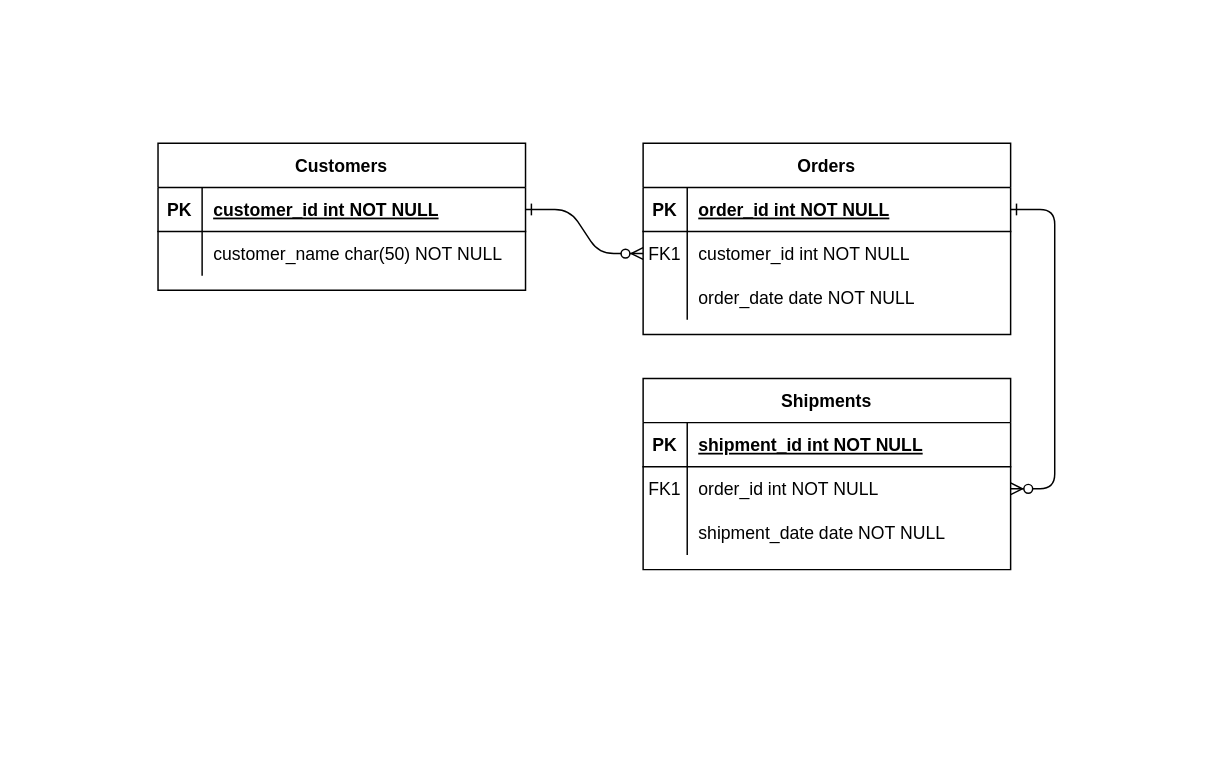
Earlier version of the draw.io diagram ait524-m2.1-2.drawio (yarafatin/app.diagrams). Source tidied: cells renumbered, new cells numbered last; positions are measured from the earlier drawing's top-left corner, leaving out a move shared by most shapes. Both pictures are drawn from the tidied source at 147%, with x=0, y=0 at pixel (157, 143).
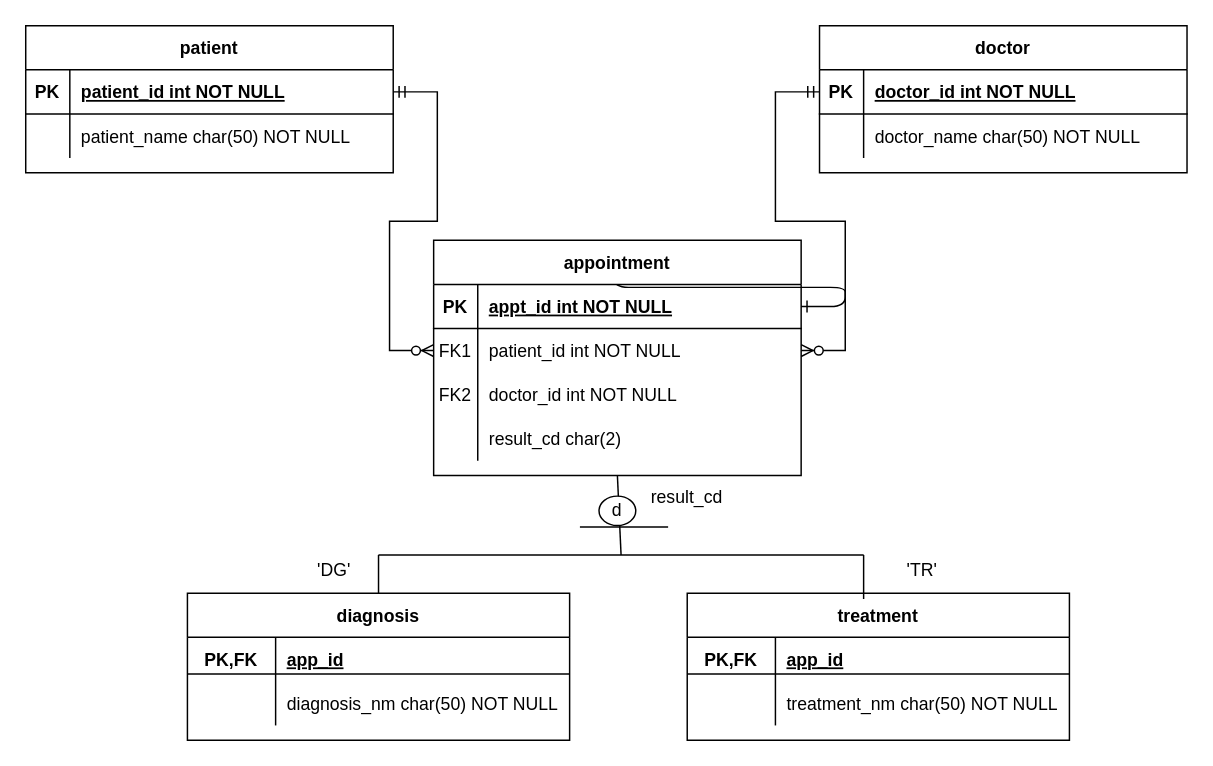
The same diagram, later.

Unchanged cells that the change refers to:
```xml
<mxCell id="5" style="shape=partialRectangle;fillColor=none;points=[[0,0.5],[1,0.5]];portConstraint=eastwest;top=0;left=0;right=0;bottom=1;" parent="4" vertex="1">
  <mxGeometry y="30" width="250" height="30" as="geometry" />
</mxCell>
<mxCell id="8" style="shape=partialRectangle;fillColor=none;points=[[0,0.5],[1,0.5]];portConstraint=eastwest;top=0;left=0;right=0;bottom=0;" parent="4" vertex="1">
  <mxGeometry y="60" width="250" height="30" as="geometry" />
</mxCell>
<mxCell id="11" style="shape=partialRectangle;fillColor=none;top=0;left=0;right=0;bottom=0;" parent="4" vertex="1">
  <mxGeometry y="90" width="250" height="30" as="geometry" />
</mxCell>
<mxCell id="15" style="shape=partialRectangle;fillColor=none;points=[[0,0.5],[1,0.5]];portConstraint=eastwest;top=0;left=0;right=0;bottom=1;" parent="14" vertex="1">
  <mxGeometry y="30" width="250" height="30" as="geometry" />
</mxCell>
<mxCell id="25" style="shape=partialRectangle;fillColor=none;points=[[0,0.5],[1,0.5]];portConstraint=eastwest;top=0;left=0;right=0;bottom=1;" parent="24" vertex="1">
  <mxGeometry y="30" width="250" height="30" as="geometry" />
</mxCell>
<mxCell id="28" style="shape=partialRectangle;fillColor=none;top=0;left=0;right=0;bottom=0;" parent="24" vertex="1">
  <mxGeometry y="60" width="250" height="30" as="geometry" />
</mxCell>
```

Change to the diagram source:
```diff
@@
-    <mxCell id="2" style="edgeStyle=entityRelationEdgeStyle;endArrow=ERzeroToMany;startArrow=ERone;endFill=1;startFill=0;" parent="1" edge="1" source="25" target="8">
-      <mxGeometry relative="1" as="geometry" />
-    </mxCell>
+    <mxCell id="31" style="endArrow=none;html=1;rounded=0;entryX=0.5;entryY=1;entryDx=0;entryDy=0;" parent="1" edge="1" target="4">
+      <mxGeometry relative="1" as="geometry">
+        <mxPoint x="315" y="280" as="sourcePoint" />
+      </mxGeometry>
+    </mxCell>
-    <mxCell id="3" style="edgeStyle=entityRelationEdgeStyle;endArrow=ERzeroToMany;startArrow=ERone;endFill=1;startFill=0;" parent="1" edge="1" source="5" target="18">
-      <mxGeometry relative="1" as="geometry" />
+    <mxCell id="3" style="edgeStyle=entityRelationEdgeStyle;endArrow=ERzeroToMany;startArrow=ERone;endFill=1;startFill=0;" parent="1" edge="1" source="5">
+      <mxGeometry relative="1" as="geometry">
+        <mxPoint x="340" y="85" as="targetPoint" />
+      </mxGeometry>
     </mxCell>
-    <mxCell id="4" value="Orders" style="shape=table;startSize=30;childLayout=tableLayout;rowLines=0;fontStyle=1;align=center;" parent="1" vertex="1">
-      <mxGeometry x="330" width="250" height="130" as="geometry" />
+    <mxCell id="4" value="appointment" style="shape=table;startSize=30;childLayout=tableLayout;rowLines=0;fontStyle=1;align=center;" parent="1" vertex="1">
+      <mxGeometry x="187.5" y="66" width="250" height="160" as="geometry" />
     </mxCell>
@@
-    <mxCell id="7" value="order_id int NOT NULL " style="shape=partialRectangle;overflow=hidden;fillColor=none;top=0;left=0;bottom=0;right=0;align=left;spacingLeft=6;fontStyle=5;" parent="5" vertex="1">
+    <mxCell id="7" value="appt_id int NOT NULL " style="shape=partialRectangle;overflow=hidden;fillColor=none;top=0;left=0;bottom=0;right=0;align=left;spacingLeft=6;fontStyle=5;" parent="5" vertex="1">
       <mxGeometry x="30" width="220" height="30" as="geometry" />
     </mxCell>
@@
-    <mxCell id="10" value="customer_id int NOT NULL" style="shape=partialRectangle;overflow=hidden;fillColor=none;top=0;left=0;bottom=0;right=0;align=left;spacingLeft=6;" parent="8" vertex="1">
+    <mxCell id="10" value="patient_id int NOT NULL" style="shape=partialRectangle;overflow=hidden;fillColor=none;top=0;left=0;bottom=0;right=0;align=left;spacingLeft=6;" parent="8" vertex="1">
       <mxGeometry x="30" width="220" height="30" as="geometry" />
     </mxCell>
@@
-    <mxCell id="12" style="shape=partialRectangle;overflow=hidden;fillColor=none;top=0;left=0;bottom=0;right=0;" parent="11" vertex="1">
+    <mxCell id="12" value="FK2" style="shape=partialRectangle;overflow=hidden;fillColor=none;top=0;left=0;bottom=0;right=0;" parent="11" vertex="1">
       <mxGeometry width="30" height="30" as="geometry" />
     </mxCell>
-    <mxCell id="13" value="order_date date NOT NULL" style="shape=partialRectangle;overflow=hidden;fillColor=none;top=0;left=0;bottom=0;right=0;align=left;spacingLeft=6;" parent="11" vertex="1">
+    <mxCell id="13" value="doctor_id int NOT NULL" style="shape=partialRectangle;overflow=hidden;fillColor=none;top=0;left=0;bottom=0;right=0;align=left;spacingLeft=6;" parent="11" vertex="1">
       <mxGeometry x="30" width="220" height="30" as="geometry" />
     </mxCell>
+    <mxCell id="32" style="shape=partialRectangle;fillColor=none;top=0;left=0;right=0;bottom=0;" parent="4" vertex="1">
+      <mxGeometry y="120" width="250" height="30" as="geometry" />
+    </mxCell>
+    <mxCell id="33" style="shape=partialRectangle;overflow=hidden;fillColor=none;top=0;left=0;bottom=0;right=0;" parent="32" vertex="1">
+      <mxGeometry width="30" height="30" as="geometry" />
+    </mxCell>
+    <mxCell id="34" value="result_cd char(2) " style="shape=partialRectangle;overflow=hidden;fillColor=none;top=0;left=0;bottom=0;right=0;align=left;spacingLeft=6;" parent="32" vertex="1">
+      <mxGeometry x="30" width="220" height="30" as="geometry" />
+    </mxCell>
-    <mxCell id="14" value="Shipments" style="shape=table;startSize=30;childLayout=tableLayout;rowLines=0;fontStyle=1;align=center;" parent="1" vertex="1">
-      <mxGeometry x="330" y="160" width="250" height="130" as="geometry" />
+    <mxCell id="14" value="doctor" style="shape=table;startSize=30;childLayout=tableLayout;rowLines=0;fontStyle=1;align=center;" parent="1" vertex="1">
+      <mxGeometry x="450" y="-80" width="250" height="100" as="geometry" />
     </mxCell>
@@
-    <mxCell id="17" value="shipment_id int NOT NULL " style="shape=partialRectangle;overflow=hidden;fillColor=none;top=0;left=0;bottom=0;right=0;align=left;spacingLeft=6;fontStyle=5;" parent="15" vertex="1">
+    <mxCell id="17" value="doctor_id int NOT NULL " style="shape=partialRectangle;overflow=hidden;fillColor=none;top=0;left=0;bottom=0;right=0;align=left;spacingLeft=6;fontStyle=5;" parent="15" vertex="1">
       <mxGeometry x="30" width="220" height="30" as="geometry" />
     </mxCell>
-    <mxCell id="18" style="shape=partialRectangle;fillColor=none;points=[[0,0.5],[1,0.5]];portConstraint=eastwest;top=0;left=0;right=0;bottom=0;" parent="14" vertex="1">
-      <mxGeometry y="60" width="250" height="30" as="geometry" />
-    </mxCell>
-    <mxCell id="19" value="FK1" style="shape=partialRectangle;overflow=hidden;fillColor=none;top=0;left=0;bottom=0;right=0;" parent="18" vertex="1">
-      <mxGeometry width="30" height="30" as="geometry" />
-    </mxCell>
-    <mxCell id="20" value="order_id int NOT NULL" style="shape=partialRectangle;overflow=hidden;fillColor=none;top=0;left=0;bottom=0;right=0;align=left;spacingLeft=6;" parent="18" vertex="1">
-      <mxGeometry x="30" width="220" height="30" as="geometry" />
-    </mxCell>
     <mxCell id="21" style="shape=partialRectangle;fillColor=none;top=0;left=0;right=0;bottom=0;" parent="14" vertex="1">
-      <mxGeometry y="90" width="250" height="30" as="geometry" />
+      <mxGeometry y="60" width="250" height="30" as="geometry" />
     </mxCell>
@@
-    <mxCell id="23" value="shipment_date date NOT NULL" style="shape=partialRectangle;overflow=hidden;fillColor=none;top=0;left=0;bottom=0;right=0;align=left;spacingLeft=6;" parent="21" vertex="1">
+    <mxCell id="23" value="doctor_name char(50) NOT NULL" style="shape=partialRectangle;overflow=hidden;fillColor=none;top=0;left=0;bottom=0;right=0;align=left;spacingLeft=6;" parent="21" vertex="1">
       <mxGeometry x="30" width="220" height="30" as="geometry" />
     </mxCell>
-    <mxCell id="24" value="Customers" style="shape=table;startSize=30;childLayout=tableLayout;rowLines=0;fontStyle=1;align=center;" parent="1" vertex="1">
-      <mxGeometry width="250" height="100" as="geometry" />
+    <mxCell id="24" value="patient" style="shape=table;startSize=30;childLayout=tableLayout;rowLines=0;fontStyle=1;align=center;" parent="1" vertex="1">
+      <mxGeometry x="-90" y="-80" width="250" height="100" as="geometry" />
     </mxCell>
@@
-    <mxCell id="27" value="customer_id int NOT NULL " style="shape=partialRectangle;overflow=hidden;fillColor=none;top=0;left=0;bottom=0;right=0;align=left;spacingLeft=6;fontStyle=5;" parent="25" vertex="1">
+    <mxCell id="27" value="patient_id int NOT NULL " style="shape=partialRectangle;overflow=hidden;fillColor=none;top=0;left=0;bottom=0;right=0;align=left;spacingLeft=6;fontStyle=5;" parent="25" vertex="1">
       <mxGeometry x="30" width="220" height="30" as="geometry" />
     </mxCell>
@@
-    <mxCell id="30" value="customer_name char(50) NOT NULL" style="shape=partialRectangle;overflow=hidden;fillColor=none;top=0;left=0;bottom=0;right=0;align=left;spacingLeft=6;" parent="28" vertex="1">
+    <mxCell id="30" value="patient_name char(50) NOT NULL" style="shape=partialRectangle;overflow=hidden;fillColor=none;top=0;left=0;bottom=0;right=0;align=left;spacingLeft=6;" parent="28" vertex="1">
       <mxGeometry x="30" width="220" height="30" as="geometry" />
     </mxCell>
+    <mxCell id="35" value="diagnosis" style="shape=table;startSize=30;childLayout=tableLayout;rowLines=0;fontStyle=1;align=center;" parent="1" vertex="1">
+      <mxGeometry x="20" y="306" width="260" height="100" as="geometry" />
+    </mxCell>
+    <mxCell id="36" style="shape=tableRow;horizontal=0;startSize=0;swimlaneHead=0;swimlaneBody=0;fillColor=none;top=0;left=0;right=0;bottom=0;" parent="35" vertex="1">
+      <mxGeometry y="30" width="260" height="30" as="geometry" />
+    </mxCell>
+    <mxCell id="37" value="PK,FK" style="shape=partialRectangle;fillColor=none;top=0;left=0;bottom=0;right=0;fontStyle=1;overflow=hidden;" parent="36" vertex="1">
+      <mxGeometry width="60" height="30" as="geometry" />
+    </mxCell>
+    <mxCell id="38" value="app_id" style="shape=partialRectangle;fillColor=none;top=0;left=0;bottom=0;right=0;align=left;spacingLeft=6;fontStyle=5;overflow=hidden;" parent="36" vertex="1">
+      <mxGeometry x="60" width="200" height="30" as="geometry" />
+    </mxCell>
+    <mxCell id="39" style="shape=tableRow;horizontal=0;startSize=0;swimlaneHead=0;swimlaneBody=0;fillColor=none;top=0;left=0;right=0;bottom=0;" parent="35" vertex="1">
+      <mxGeometry y="60" width="260" height="30" as="geometry" />
+    </mxCell>
+    <mxCell id="40" style="shape=partialRectangle;fillColor=none;top=0;left=0;bottom=0;right=0;overflow=hidden;" parent="39" vertex="1">
+      <mxGeometry width="60" height="30" as="geometry" />
+    </mxCell>
+    <mxCell id="41" value="diagnosis_nm char(50) NOT NULL" style="shape=partialRectangle;fillColor=none;top=0;left=0;bottom=0;right=0;align=left;spacingLeft=6;overflow=hidden;" parent="39" vertex="1">
+      <mxGeometry x="60" width="200" height="30" as="geometry" />
+    </mxCell>
+    <mxCell id="42" style="line;strokeWidth=1;dashed=0;labelPosition=right;align=left;verticalAlign=middle;spacingTop=0;spacingLeft=6;" parent="1" vertex="1">
+      <mxGeometry x="20" y="356" width="260" height="10" as="geometry" />
+    </mxCell>
+    <mxCell id="43" value="treatment" style="shape=table;startSize=30;childLayout=tableLayout;rowLines=0;fontStyle=1;align=center;" parent="1" vertex="1">
+      <mxGeometry x="360" y="306" width="260" height="100" as="geometry" />
+    </mxCell>
+    <mxCell id="44" style="shape=tableRow;horizontal=0;startSize=0;swimlaneHead=0;swimlaneBody=0;fillColor=none;top=0;left=0;right=0;bottom=0;" parent="43" vertex="1">
+      <mxGeometry y="30" width="260" height="30" as="geometry" />
+    </mxCell>
+    <mxCell id="45" value="PK,FK" style="shape=partialRectangle;fillColor=none;top=0;left=0;bottom=0;right=0;fontStyle=1;overflow=hidden;" parent="44" vertex="1">
+      <mxGeometry width="60" height="30" as="geometry" />
+    </mxCell>
+    <mxCell id="46" value="app_id" style="shape=partialRectangle;fillColor=none;top=0;left=0;bottom=0;right=0;align=left;spacingLeft=6;fontStyle=5;overflow=hidden;" parent="44" vertex="1">
+      <mxGeometry x="60" width="200" height="30" as="geometry" />
+    </mxCell>
+    <mxCell id="47" style="shape=tableRow;horizontal=0;startSize=0;swimlaneHead=0;swimlaneBody=0;fillColor=none;top=0;left=0;right=0;bottom=0;" parent="43" vertex="1">
+      <mxGeometry y="60" width="260" height="30" as="geometry" />
+    </mxCell>
+    <mxCell id="48" style="shape=partialRectangle;fillColor=none;top=0;left=0;bottom=0;right=0;overflow=hidden;" parent="47" vertex="1">
+      <mxGeometry width="60" height="30" as="geometry" />
+    </mxCell>
+    <mxCell id="49" value="treatment_nm char(50) NOT NULL" style="shape=partialRectangle;fillColor=none;top=0;left=0;bottom=0;right=0;align=left;spacingLeft=6;overflow=hidden;" parent="47" vertex="1">
+      <mxGeometry x="60" width="200" height="30" as="geometry" />
+    </mxCell>
+    <mxCell id="50" style="line;strokeWidth=1;dashed=0;labelPosition=right;align=left;verticalAlign=middle;spacingTop=0;spacingLeft=6;" parent="1" vertex="1">
+      <mxGeometry x="360" y="356" width="260" height="10" as="geometry" />
+    </mxCell>
+    <mxCell id="51" value="d" style="ellipse;whiteSpace=wrap;html=1;align=center;" parent="1" vertex="1">
+      <mxGeometry x="300" y="240" width="25" height="20" as="geometry" />
+    </mxCell>
+    <mxCell id="52" style="line;strokeWidth=1;dashed=0;labelPosition=right;align=left;verticalAlign=middle;spacingTop=0;spacingLeft=6;" parent="1" vertex="1">
+      <mxGeometry x="287" y="256" width="60" height="10" as="geometry" />
+    </mxCell>
+    <mxCell id="53" style="endArrow=none;html=1;rounded=0;exitX=0.5;exitY=0;exitDx=0;exitDy=0;" parent="1" edge="1" source="35">
+      <mxGeometry relative="1" as="geometry">
+        <mxPoint x="150" y="280" as="targetPoint" />
+      </mxGeometry>
+    </mxCell>
+    <mxCell id="54" style="endArrow=none;html=1;rounded=0;" parent="1" edge="1">
+      <mxGeometry relative="1" as="geometry">
+        <mxPoint x="150" y="280" as="sourcePoint" />
+        <mxPoint x="480" y="280" as="targetPoint" />
+      </mxGeometry>
+    </mxCell>
+    <mxCell id="55" style="endArrow=none;html=1;rounded=0;" parent="1" edge="1">
+      <mxGeometry relative="1" as="geometry">
+        <mxPoint x="480" y="310" as="sourcePoint" />
+        <mxPoint x="480" y="280" as="targetPoint" />
+      </mxGeometry>
+    </mxCell>
+    <mxCell id="56" value="result_cd" style="text;html=1;strokeColor=none;fillColor=none;align=center;verticalAlign=middle;whiteSpace=wrap;rounded=0;" parent="1" vertex="1">
+      <mxGeometry x="330" y="226" width="60" height="30" as="geometry" />
+    </mxCell>
+    <mxCell id="57" value="'DG'" style="text;html=1;strokeColor=none;fillColor=none;align=center;verticalAlign=middle;whiteSpace=wrap;rounded=0;" parent="1" vertex="1">
+      <mxGeometry x="90" y="276" width="60" height="30" as="geometry" />
+    </mxCell>
+    <mxCell id="58" value="'TR'" style="text;html=1;strokeColor=none;fillColor=none;align=center;verticalAlign=middle;whiteSpace=wrap;rounded=0;" parent="1" vertex="1">
+      <mxGeometry x="490" y="276" width="60" height="30" as="geometry" />
+    </mxCell>
+    <mxCell id="2" style="edgeStyle=entityRelationEdgeStyle;fontSize=12;html=1;endArrow=ERzeroToMany;startArrow=ERmandOne;rounded=0;exitX=1;exitY=0.5;exitDx=0;exitDy=0;entryX=0;entryY=0.5;entryDx=0;entryDy=0;" parent="1" edge="1" source="25" target="8">
+      <mxGeometry relative="1" as="geometry" />
+    </mxCell>
+    <mxCell id="59" style="edgeStyle=entityRelationEdgeStyle;fontSize=12;html=1;endArrow=ERzeroToMany;startArrow=ERmandOne;rounded=0;entryX=1;entryY=0.5;entryDx=0;entryDy=0;" parent="1" edge="1" source="15" target="8">
+      <mxGeometry relative="1" as="geometry" />
+    </mxCell>
```
